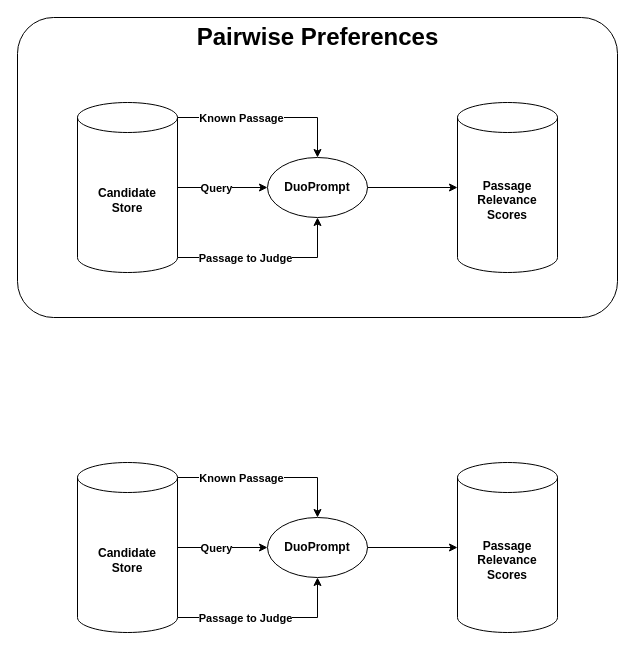
The draw.io diagram page "pairwise preference" (7 of 7) of thesis/graphics/drawio/stages.drawio in Integer-Ctrl/thesis-fhofer, before the edit. Source tidied: cells renumbered, new cells numbered last; positions are measured from the earlier drawing's top-left corner, leaving out a move shared by most shapes. Both pictures are drawn from the tidied source at 100%, with x=0, y=0 at pixel (17, 17).
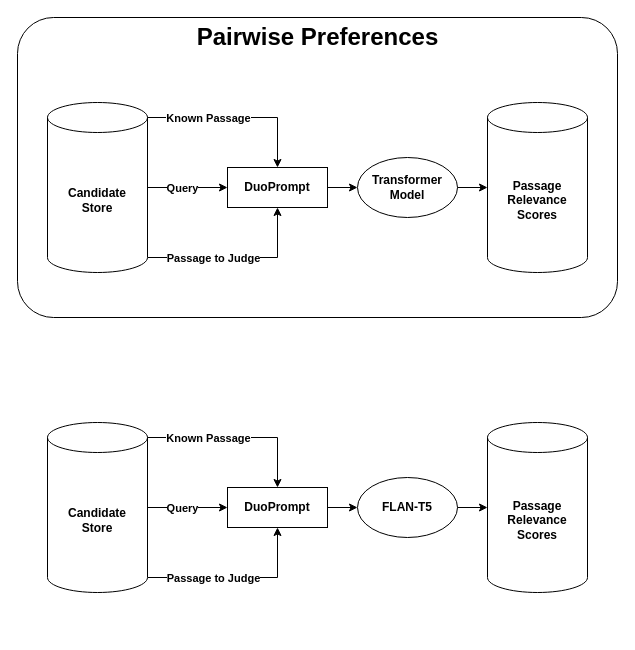
Above is the later version.

Diff of the diagram source:
```diff
@@
-    <mxCell id="4" style="edgeStyle=orthogonalEdgeStyle;rounded=0;jettySize=auto;html=1;exitX=1;exitY=0.5;exitDx=0;exitDy=0;exitPerimeter=0;" parent="1" edge="1" source="10" target="11">
-      <mxGeometry relative="1" as="geometry" />
-    </mxCell>
-    <mxCell id="5" value="&lt;b&gt;Query&lt;/b&gt;" style="edgeLabel;html=1;align=center;verticalAlign=middle;" parent="4" vertex="1">
-      <mxGeometry relative="1" as="geometry">
-        <mxPoint x="-7" as="offset" />
-      </mxGeometry>
-    </mxCell>
-    <mxCell id="6" style="edgeStyle=orthogonalEdgeStyle;rounded=0;jettySize=auto;html=1;exitX=1;exitY=0;exitDx=0;exitDy=15;exitPerimeter=0;entryX=0.5;entryY=0;entryDx=0;entryDy=0;" parent="1" edge="1" source="10" target="11">
-      <mxGeometry relative="1" as="geometry">
-        <Array as="points">
-          <mxPoint x="300" y="100" />
-        </Array>
-      </mxGeometry>
-    </mxCell>
-    <mxCell id="7" value="&lt;b&gt;Known Passage&lt;/b&gt;" style="edgeLabel;html=1;align=center;verticalAlign=middle;" parent="6" vertex="1">
-      <mxGeometry relative="1" as="geometry">
-        <mxPoint x="-27" as="offset" />
-      </mxGeometry>
-    </mxCell>
-    <mxCell id="8" style="edgeStyle=orthogonalEdgeStyle;rounded=0;jettySize=auto;html=1;exitX=1;exitY=1;exitDx=0;exitDy=-15;exitPerimeter=0;entryX=0.5;entryY=1;entryDx=0;entryDy=0;" parent="1" edge="1" source="10" target="11">
-      <mxGeometry relative="1" as="geometry" />
-    </mxCell>
-    <mxCell id="9" value="&lt;b&gt;Passage to Judge&lt;/b&gt;" style="edgeLabel;html=1;align=center;verticalAlign=middle;" parent="8" vertex="1">
-      <mxGeometry relative="1" as="geometry">
-        <mxPoint x="-23" as="offset" />
-      </mxGeometry>
-    </mxCell>
+    <mxCell id="24" style="edgeStyle=orthogonalEdgeStyle;rounded=0;jettySize=auto;html=1;exitX=1;exitY=0.5;exitDx=0;exitDy=0;exitPerimeter=0;entryX=0;entryY=0.5;entryDx=0;entryDy=0;" parent="1" edge="1" source="10" target="33">
+      <mxGeometry relative="1" as="geometry" />
+    </mxCell>
+    <mxCell id="25" value="&lt;b&gt;Query&lt;/b&gt;" style="edgeLabel;html=1;align=center;verticalAlign=middle;" parent="24" vertex="1">
+      <mxGeometry x="-0.03" relative="1" as="geometry">
+        <mxPoint x="-5" as="offset" />
+      </mxGeometry>
+    </mxCell>
+    <mxCell id="26" style="edgeStyle=orthogonalEdgeStyle;rounded=0;jettySize=auto;html=1;exitX=1;exitY=1;exitDx=0;exitDy=-15;exitPerimeter=0;entryX=0.5;entryY=1;entryDx=0;entryDy=0;" parent="1" edge="1" source="10" target="33">
+      <mxGeometry relative="1" as="geometry" />
+    </mxCell>
+    <mxCell id="27" value="&lt;b&gt;Passage to Judge&lt;/b&gt;" style="edgeLabel;html=1;align=center;verticalAlign=middle;" parent="26" vertex="1">
+      <mxGeometry x="-0.41" y="2" relative="1" as="geometry">
+        <mxPoint x="12" y="2" as="offset" />
+      </mxGeometry>
+    </mxCell>
+    <mxCell id="28" style="edgeStyle=orthogonalEdgeStyle;rounded=0;jettySize=auto;html=1;exitX=1;exitY=0;exitDx=0;exitDy=15;exitPerimeter=0;entryX=0.5;entryY=0;entryDx=0;entryDy=0;" parent="1" edge="1" source="10" target="33">
+      <mxGeometry relative="1" as="geometry">
+        <Array as="points">
+          <mxPoint x="260" y="100" />
+        </Array>
+      </mxGeometry>
+    </mxCell>
+    <mxCell id="29" value="&lt;b&gt;Known Passage&lt;/b&gt;" style="edgeLabel;html=1;align=center;verticalAlign=middle;" parent="28" vertex="1">
+      <mxGeometry x="-0.55" y="1" relative="1" as="geometry">
+        <mxPoint x="20" y="1" as="offset" />
+      </mxGeometry>
+    </mxCell>
     <mxCell id="10" value="&lt;div&gt;&lt;b style=&quot;background-color: transparent; color: light-dark(rgb(0, 0, 0), rgb(255, 255, 255));&quot;&gt;Candidate&lt;/b&gt;&lt;/div&gt;&lt;div&gt;&lt;b&gt;Store&lt;/b&gt;&lt;/div&gt;" style="shape=cylinder3;whiteSpace=wrap;html=1;boundedLbl=1;backgroundOutline=1;size=15;" parent="1" vertex="1">
-      <mxGeometry x="60" y="85" width="100" height="170" as="geometry" />
+      <mxGeometry x="30" y="85" width="100" height="170" as="geometry" />
     </mxCell>
-    <mxCell id="11" value="&lt;b&gt;DuoPrompt&lt;/b&gt;" style="ellipse;whiteSpace=wrap;html=1;" parent="1" vertex="1">
-      <mxGeometry x="250" y="140" width="100" height="60" as="geometry" />
-    </mxCell>
+    <mxCell id="30" style="edgeStyle=orthogonalEdgeStyle;rounded=0;jettySize=auto;html=1;exitX=1;exitY=0.5;exitDx=0;exitDy=0;entryX=0;entryY=0.5;entryDx=0;entryDy=0;" parent="1" edge="1" target="31">
+      <mxGeometry relative="1" as="geometry">
+        <mxPoint x="310" y="170" as="sourcePoint" />
+      </mxGeometry>
+    </mxCell>
     <mxCell id="12" value="&lt;b&gt;Passage Relevance Scores&lt;/b&gt;" style="shape=cylinder3;whiteSpace=wrap;html=1;boundedLbl=1;backgroundOutline=1;size=15;" parent="1" vertex="1">
-      <mxGeometry x="440" y="85" width="100" height="170" as="geometry" />
+      <mxGeometry x="470" y="85" width="100" height="170" as="geometry" />
     </mxCell>
-    <mxCell id="13" style="edgeStyle=orthogonalEdgeStyle;rounded=0;jettySize=auto;html=1;exitX=1;exitY=0.5;exitDx=0;exitDy=0;entryX=0;entryY=0.5;entryDx=0;entryDy=0;entryPerimeter=0;" parent="1" edge="1" source="11" target="12">
-      <mxGeometry relative="1" as="geometry" />
-    </mxCell>
-    <mxCell id="14" style="edgeStyle=orthogonalEdgeStyle;rounded=0;jettySize=auto;html=1;exitX=1;exitY=0.5;exitDx=0;exitDy=0;exitPerimeter=0;" parent="1" edge="1" source="20" target="21">
-      <mxGeometry relative="1" as="geometry" />
-    </mxCell>
-    <mxCell id="15" value="&lt;b&gt;Query&lt;/b&gt;" style="edgeLabel;html=1;align=center;verticalAlign=middle;" parent="14" vertex="1">
-      <mxGeometry relative="1" as="geometry">
-        <mxPoint x="-7" as="offset" />
-      </mxGeometry>
-    </mxCell>
-    <mxCell id="16" style="edgeStyle=orthogonalEdgeStyle;rounded=0;jettySize=auto;html=1;exitX=1;exitY=0;exitDx=0;exitDy=15;exitPerimeter=0;entryX=0.5;entryY=0;entryDx=0;entryDy=0;" parent="1" edge="1" source="20" target="21">
-      <mxGeometry relative="1" as="geometry">
-        <Array as="points">
-          <mxPoint x="300" y="460" />
-        </Array>
-      </mxGeometry>
-    </mxCell>
-    <mxCell id="17" value="&lt;b&gt;Known Passage&lt;/b&gt;" style="edgeLabel;html=1;align=center;verticalAlign=middle;" parent="16" vertex="1">
-      <mxGeometry relative="1" as="geometry">
-        <mxPoint x="-27" as="offset" />
-      </mxGeometry>
-    </mxCell>
-    <mxCell id="18" style="edgeStyle=orthogonalEdgeStyle;rounded=0;jettySize=auto;html=1;exitX=1;exitY=1;exitDx=0;exitDy=-15;exitPerimeter=0;entryX=0.5;entryY=1;entryDx=0;entryDy=0;" parent="1" edge="1" source="20" target="21">
-      <mxGeometry relative="1" as="geometry" />
-    </mxCell>
-    <mxCell id="19" value="&lt;b&gt;Passage to Judge&lt;/b&gt;" style="edgeLabel;html=1;align=center;verticalAlign=middle;" parent="18" vertex="1">
-      <mxGeometry relative="1" as="geometry">
-        <mxPoint x="-23" as="offset" />
-      </mxGeometry>
-    </mxCell>
+    <mxCell id="31" value="&lt;b&gt;Transformer&lt;/b&gt;&lt;div&gt;&lt;b&gt;Model&lt;/b&gt;&lt;/div&gt;" style="ellipse;whiteSpace=wrap;html=1;" parent="1" vertex="1">
+      <mxGeometry x="340" y="140" width="100" height="60" as="geometry" />
+    </mxCell>
+    <mxCell id="32" style="edgeStyle=orthogonalEdgeStyle;rounded=0;jettySize=auto;html=1;exitX=1;exitY=0.5;exitDx=0;exitDy=0;entryX=0;entryY=0.5;entryDx=0;entryDy=0;entryPerimeter=0;" parent="1" edge="1" source="31" target="12">
+      <mxGeometry relative="1" as="geometry" />
+    </mxCell>
+    <mxCell id="33" value="&lt;b&gt;DuoPrompt&lt;/b&gt;" style="rounded=0;whiteSpace=wrap;html=1;" parent="1" vertex="1">
+      <mxGeometry x="210" y="150" width="100" height="40" as="geometry" />
+    </mxCell>
+    <mxCell id="34" style="edgeStyle=orthogonalEdgeStyle;rounded=0;jettySize=auto;html=1;exitX=1;exitY=0.5;exitDx=0;exitDy=0;exitPerimeter=0;entryX=0;entryY=0.5;entryDx=0;entryDy=0;" parent="1" edge="1" source="20" target="43">
+      <mxGeometry relative="1" as="geometry" />
+    </mxCell>
+    <mxCell id="35" value="&lt;b&gt;Query&lt;/b&gt;" style="edgeLabel;html=1;align=center;verticalAlign=middle;" parent="34" vertex="1">
+      <mxGeometry x="-0.03" relative="1" as="geometry">
+        <mxPoint x="-5" as="offset" />
+      </mxGeometry>
+    </mxCell>
+    <mxCell id="36" style="edgeStyle=orthogonalEdgeStyle;rounded=0;jettySize=auto;html=1;exitX=1;exitY=1;exitDx=0;exitDy=-15;exitPerimeter=0;entryX=0.5;entryY=1;entryDx=0;entryDy=0;" parent="1" edge="1" source="20" target="43">
+      <mxGeometry relative="1" as="geometry" />
+    </mxCell>
+    <mxCell id="37" value="&lt;b&gt;Passage to Judge&lt;/b&gt;" style="edgeLabel;html=1;align=center;verticalAlign=middle;" parent="36" vertex="1">
+      <mxGeometry x="-0.41" y="2" relative="1" as="geometry">
+        <mxPoint x="12" y="2" as="offset" />
+      </mxGeometry>
+    </mxCell>
+    <mxCell id="38" style="edgeStyle=orthogonalEdgeStyle;rounded=0;jettySize=auto;html=1;exitX=1;exitY=0;exitDx=0;exitDy=15;exitPerimeter=0;entryX=0.5;entryY=0;entryDx=0;entryDy=0;" parent="1" edge="1" source="20" target="43">
+      <mxGeometry relative="1" as="geometry">
+        <Array as="points">
+          <mxPoint x="260" y="420" />
+        </Array>
+      </mxGeometry>
+    </mxCell>
+    <mxCell id="39" value="&lt;b&gt;Known Passage&lt;/b&gt;" style="edgeLabel;html=1;align=center;verticalAlign=middle;" parent="38" vertex="1">
+      <mxGeometry x="-0.55" y="1" relative="1" as="geometry">
+        <mxPoint x="20" y="1" as="offset" />
+      </mxGeometry>
+    </mxCell>
     <mxCell id="20" value="&lt;div&gt;&lt;b style=&quot;background-color: transparent; color: light-dark(rgb(0, 0, 0), rgb(255, 255, 255));&quot;&gt;Candidate&lt;/b&gt;&lt;/div&gt;&lt;div&gt;&lt;b&gt;Store&lt;/b&gt;&lt;/div&gt;" style="shape=cylinder3;whiteSpace=wrap;html=1;boundedLbl=1;backgroundOutline=1;size=15;" parent="1" vertex="1">
-      <mxGeometry x="60" y="445" width="100" height="170" as="geometry" />
+      <mxGeometry x="30" y="405" width="100" height="170" as="geometry" />
     </mxCell>
-    <mxCell id="21" value="&lt;b&gt;DuoPrompt&lt;/b&gt;" style="ellipse;whiteSpace=wrap;html=1;" parent="1" vertex="1">
-      <mxGeometry x="250" y="500" width="100" height="60" as="geometry" />
-    </mxCell>
+    <mxCell id="40" style="edgeStyle=orthogonalEdgeStyle;rounded=0;jettySize=auto;html=1;exitX=1;exitY=0.5;exitDx=0;exitDy=0;entryX=0;entryY=0.5;entryDx=0;entryDy=0;" parent="1" edge="1" target="41">
+      <mxGeometry relative="1" as="geometry">
+        <mxPoint x="310" y="490" as="sourcePoint" />
+      </mxGeometry>
+    </mxCell>
     <mxCell id="22" value="&lt;b&gt;Passage Relevance Scores&lt;/b&gt;" style="shape=cylinder3;whiteSpace=wrap;html=1;boundedLbl=1;backgroundOutline=1;size=15;" parent="1" vertex="1">
-      <mxGeometry x="440" y="445" width="100" height="170" as="geometry" />
+      <mxGeometry x="470" y="405" width="100" height="170" as="geometry" />
     </mxCell>
-    <mxCell id="23" style="edgeStyle=orthogonalEdgeStyle;rounded=0;jettySize=auto;html=1;exitX=1;exitY=0.5;exitDx=0;exitDy=0;entryX=0;entryY=0.5;entryDx=0;entryDy=0;entryPerimeter=0;" parent="1" edge="1" source="21" target="22">
-      <mxGeometry relative="1" as="geometry" />
-    </mxCell>
+    <mxCell id="41" value="&lt;b&gt;FLAN-T5&lt;/b&gt;" style="ellipse;whiteSpace=wrap;html=1;" parent="1" vertex="1">
+      <mxGeometry x="340" y="460" width="100" height="60" as="geometry" />
+    </mxCell>
+    <mxCell id="42" style="edgeStyle=orthogonalEdgeStyle;rounded=0;jettySize=auto;html=1;exitX=1;exitY=0.5;exitDx=0;exitDy=0;entryX=0;entryY=0.5;entryDx=0;entryDy=0;entryPerimeter=0;" parent="1" edge="1" source="41" target="22">
+      <mxGeometry relative="1" as="geometry" />
+    </mxCell>
+    <mxCell id="43" value="&lt;b&gt;DuoPrompt&lt;/b&gt;" style="rounded=0;whiteSpace=wrap;html=1;" parent="1" vertex="1">
+      <mxGeometry x="210" y="470" width="100" height="40" as="geometry" />
+    </mxCell>
```
